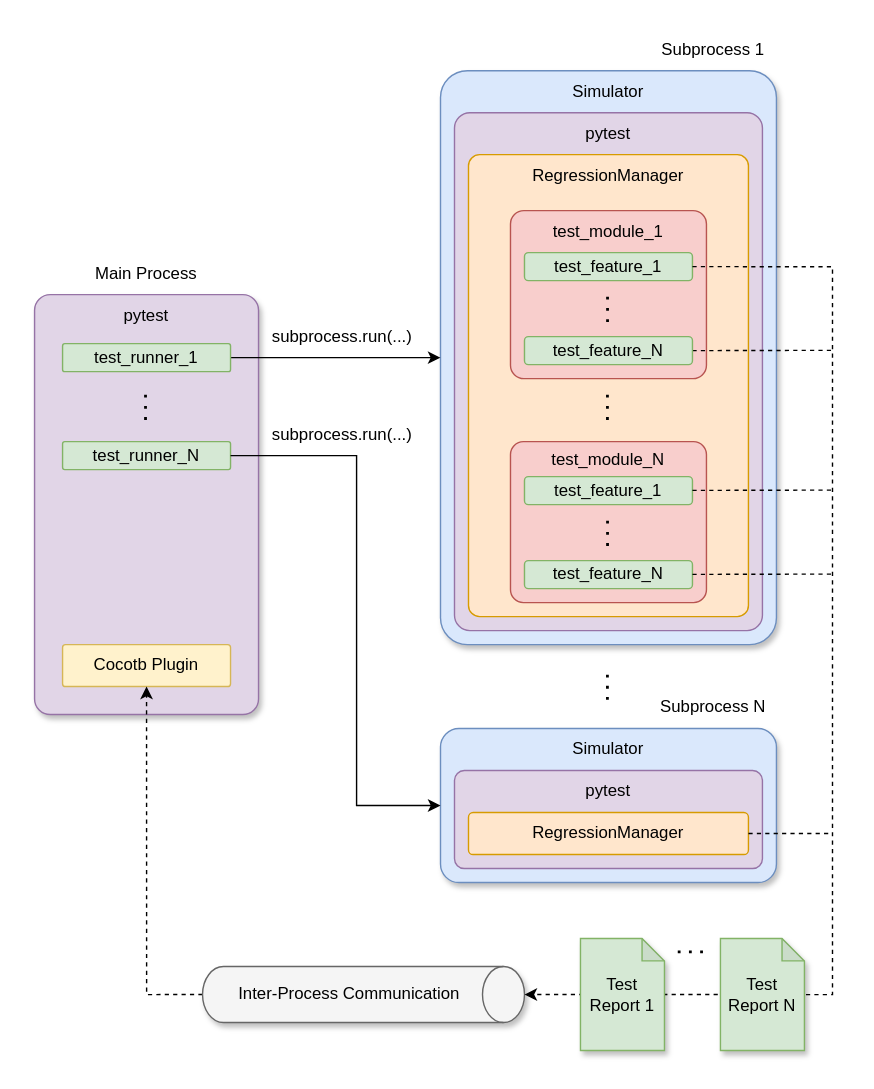
Earlier version of the draw.io export docs/source/diagrams/svg/pytest_plugin_overview.svg (cocotb/cocotb). Source tidied: cells renumbered, new cells last; positions are measured from the earlier drawing's top-left corner, leaving out a move shared by most shapes. The source it was exported from:
```xml
<mxGraphModel>
  <root>
    <mxCell id="0" />
    <mxCell id="1" parent="0" />
    <mxCell id="2" style="rounded=1;whiteSpace=wrap;html=1;arcSize=8;fillColor=#dae8fc;strokeColor=#6c8ebf;shadow=1;" parent="1" vertex="1">
      <mxGeometry x="290" y="30" width="240" height="410" as="geometry" />
    </mxCell>
    <mxCell id="3" style="rounded=1;whiteSpace=wrap;html=1;arcSize=5;fillColor=#e1d5e7;strokeColor=#9673a6;" parent="1" vertex="1">
      <mxGeometry x="300" y="60" width="220" height="370" as="geometry" />
    </mxCell>
    <mxCell id="4" style="rounded=1;whiteSpace=wrap;html=1;arcSize=4;fillColor=#ffe6cc;strokeColor=#d79b00;" parent="1" vertex="1">
      <mxGeometry x="310" y="90" width="200" height="330" as="geometry" />
    </mxCell>
    <mxCell id="5" value="RegressionManager" style="text;html=1;whiteSpace=wrap;strokeColor=none;fillColor=none;align=center;verticalAlign=middle;rounded=0;" parent="1" vertex="1">
      <mxGeometry x="310" y="90" width="200" height="30" as="geometry" />
    </mxCell>
    <mxCell id="6" style="rounded=1;whiteSpace=wrap;html=1;arcSize=8;fillColor=#f8cecc;strokeColor=#b85450;" parent="1" vertex="1">
      <mxGeometry x="340" y="130" width="140" height="120" as="geometry" />
    </mxCell>
    <mxCell id="7" value="test_module_1" style="text;html=1;whiteSpace=wrap;strokeColor=none;fillColor=none;align=center;verticalAlign=middle;rounded=0;" parent="1" vertex="1">
      <mxGeometry x="340" y="130" width="140" height="30" as="geometry" />
    </mxCell>
    <mxCell id="8" value="&lt;div&gt;test_feature_1&lt;/div&gt;" style="rounded=1;whiteSpace=wrap;html=1;arcSize=14;fillColor=#d5e8d4;strokeColor=#82b366;" parent="1" vertex="1">
      <mxGeometry x="350" y="160" width="120" height="20" as="geometry" />
    </mxCell>
    <mxCell id="9" style="rounded=1;whiteSpace=wrap;html=1;arcSize=7;fillColor=#e1d5e7;strokeColor=#9673a6;shadow=1;" parent="1" vertex="1">
      <mxGeometry y="190" width="160" height="300" as="geometry" />
    </mxCell>
    <mxCell id="10" value="pytest" style="text;html=1;whiteSpace=wrap;strokeColor=none;fillColor=none;align=center;verticalAlign=middle;rounded=0;" parent="1" vertex="1">
      <mxGeometry y="190" width="160" height="30" as="geometry" />
    </mxCell>
    <mxCell id="11" style="edgeStyle=orthogonalEdgeStyle;rounded=0;jettySize=auto;html=1;exitX=1;exitY=0.5;exitDx=0;exitDy=0;entryX=0;entryY=0.5;entryDx=0;entryDy=0;" parent="1" edge="1" source="12" target="2">
      <mxGeometry relative="1" as="geometry" />
    </mxCell>
    <mxCell id="12" value="test_runner_1" style="rounded=1;whiteSpace=wrap;html=1;arcSize=8;fillColor=#d5e8d4;strokeColor=#82b366;" parent="1" vertex="1">
      <mxGeometry x="20" y="225" width="120" height="20" as="geometry" />
    </mxCell>
    <mxCell id="13" value="test_runner_N" style="rounded=1;whiteSpace=wrap;html=1;arcSize=8;fillColor=#d5e8d4;strokeColor=#82b366;" parent="1" vertex="1">
      <mxGeometry x="20" y="295" width="120" height="20" as="geometry" />
    </mxCell>
    <mxCell id="14" value="pytest" style="text;html=1;whiteSpace=wrap;strokeColor=none;fillColor=none;align=center;verticalAlign=middle;rounded=0;" parent="1" vertex="1">
      <mxGeometry x="300" y="60" width="220" height="30" as="geometry" />
    </mxCell>
    <mxCell id="15" value="Simulator" style="text;html=1;whiteSpace=wrap;strokeColor=none;fillColor=none;align=center;verticalAlign=middle;rounded=0;" parent="1" vertex="1">
      <mxGeometry x="290" y="30" width="240" height="30" as="geometry" />
    </mxCell>
    <mxCell id="16" style="edgeStyle=none;rounded=0;jettySize=auto;html=1;exitX=1;exitY=0.5;exitDx=0;exitDy=0;endArrow=none;endFill=0;dashed=1;" parent="1" edge="1" source="17">
      <mxGeometry relative="1" as="geometry">
        <mxPoint x="570" y="229.8" as="targetPoint" />
      </mxGeometry>
    </mxCell>
    <mxCell id="17" value="&lt;div&gt;test_feature_N&lt;/div&gt;" style="rounded=1;whiteSpace=wrap;html=1;arcSize=14;fillColor=#d5e8d4;strokeColor=#82b366;" parent="1" vertex="1">
      <mxGeometry x="350" y="220" width="120" height="20" as="geometry" />
    </mxCell>
    <mxCell id="18" style="rounded=1;whiteSpace=wrap;html=1;arcSize=8;fillColor=#f8cecc;strokeColor=#b85450;" parent="1" vertex="1">
      <mxGeometry x="340" y="295" width="140" height="115" as="geometry" />
    </mxCell>
    <mxCell id="19" value="test_module_N" style="text;html=1;whiteSpace=wrap;strokeColor=none;fillColor=none;align=center;verticalAlign=middle;rounded=0;" parent="1" vertex="1">
      <mxGeometry x="340" y="295" width="140" height="25" as="geometry" />
    </mxCell>
    <mxCell id="20" style="endArrow=none;dashed=1;html=1;dashPattern=1 3;strokeWidth=2;rounded=0;spacing=2;spacingTop=0;spacingBottom=0;spacingRight=0;" parent="1" edge="1">
      <mxGeometry relative="1" as="geometry">
        <mxPoint x="409.8" y="210" as="sourcePoint" />
        <mxPoint x="409.8" y="190" as="targetPoint" />
      </mxGeometry>
    </mxCell>
    <mxCell id="21" style="endArrow=none;dashed=1;html=1;dashPattern=1 3;strokeWidth=2;rounded=0;spacing=2;spacingTop=0;spacingBottom=0;spacingRight=0;" parent="1" edge="1">
      <mxGeometry relative="1" as="geometry">
        <mxPoint x="409.8" y="280" as="sourcePoint" />
        <mxPoint x="409.8" y="260" as="targetPoint" />
      </mxGeometry>
    </mxCell>
    <mxCell id="22" value="&lt;div&gt;test_feature_1&lt;/div&gt;" style="rounded=1;whiteSpace=wrap;html=1;arcSize=14;fillColor=#d5e8d4;strokeColor=#82b366;" parent="1" vertex="1">
      <mxGeometry x="350" y="320" width="120" height="20" as="geometry" />
    </mxCell>
    <mxCell id="23" value="&lt;div&gt;test_feature_N&lt;/div&gt;" style="rounded=1;whiteSpace=wrap;html=1;arcSize=14;fillColor=#d5e8d4;strokeColor=#82b366;" parent="1" vertex="1">
      <mxGeometry x="350" y="380" width="120" height="20" as="geometry" />
    </mxCell>
    <mxCell id="24" style="endArrow=none;dashed=1;html=1;dashPattern=1 3;strokeWidth=2;rounded=0;spacing=2;spacingTop=0;spacingBottom=0;spacingRight=0;" parent="1" edge="1">
      <mxGeometry relative="1" as="geometry">
        <mxPoint x="409.8" y="370" as="sourcePoint" />
        <mxPoint x="409.8" y="350" as="targetPoint" />
      </mxGeometry>
    </mxCell>
    <mxCell id="25" style="rounded=1;whiteSpace=wrap;html=1;arcSize=12;fillColor=#dae8fc;strokeColor=#6c8ebf;shadow=1;" parent="1" vertex="1">
      <mxGeometry x="290" y="500" width="240" height="110" as="geometry" />
    </mxCell>
    <mxCell id="26" style="rounded=1;whiteSpace=wrap;html=1;arcSize=10;fillColor=#e1d5e7;strokeColor=#9673a6;" parent="1" vertex="1">
      <mxGeometry x="300" y="530" width="220" height="70" as="geometry" />
    </mxCell>
    <mxCell id="27" value="Simulator" style="text;html=1;whiteSpace=wrap;strokeColor=none;fillColor=none;align=center;verticalAlign=middle;rounded=0;" parent="1" vertex="1">
      <mxGeometry x="290" y="500" width="240" height="30" as="geometry" />
    </mxCell>
    <mxCell id="28" style="rounded=1;whiteSpace=wrap;html=1;arcSize=11;fillColor=#ffe6cc;strokeColor=#d79b00;" parent="1" vertex="1">
      <mxGeometry x="310" y="560" width="200" height="30" as="geometry" />
    </mxCell>
    <mxCell id="29" value="pytest" style="text;html=1;whiteSpace=wrap;strokeColor=none;fillColor=none;align=center;verticalAlign=middle;rounded=0;" parent="1" vertex="1">
      <mxGeometry x="300" y="530" width="220" height="30" as="geometry" />
    </mxCell>
    <mxCell id="30" value="RegressionManager" style="text;html=1;whiteSpace=wrap;strokeColor=none;fillColor=none;align=center;verticalAlign=middle;rounded=0;" parent="1" vertex="1">
      <mxGeometry x="310" y="560" width="200" height="30" as="geometry" />
    </mxCell>
    <mxCell id="31" style="endArrow=none;dashed=1;html=1;dashPattern=1 3;strokeWidth=2;rounded=0;spacing=2;spacingTop=0;spacingBottom=0;spacingRight=0;" parent="1" edge="1">
      <mxGeometry relative="1" as="geometry">
        <mxPoint x="409.8" y="480" as="sourcePoint" />
        <mxPoint x="409.8" y="460" as="targetPoint" />
      </mxGeometry>
    </mxCell>
    <mxCell id="32" style="edgeStyle=orthogonalEdgeStyle;rounded=0;jettySize=auto;html=1;exitX=1;exitY=0.5;exitDx=0;exitDy=0;entryX=0;entryY=0.5;entryDx=0;entryDy=0;" parent="1" edge="1" source="13" target="25">
      <mxGeometry relative="1" as="geometry">
        <Array as="points">
          <mxPoint x="230" y="305" />
          <mxPoint x="230" y="555" />
        </Array>
      </mxGeometry>
    </mxCell>
    <mxCell id="33" style="endArrow=none;dashed=1;html=1;dashPattern=1 3;strokeWidth=2;rounded=0;spacing=2;spacingTop=0;spacingBottom=0;spacingRight=0;" parent="1" edge="1">
      <mxGeometry relative="1" as="geometry">
        <mxPoint x="79.8" y="280" as="sourcePoint" />
        <mxPoint x="79.8" y="260" as="targetPoint" />
      </mxGeometry>
    </mxCell>
    <mxCell id="34" value="Subprocess 1" style="text;html=1;whiteSpace=wrap;strokeColor=none;fillColor=none;align=center;verticalAlign=middle;rounded=0;" parent="1" vertex="1">
      <mxGeometry x="440" width="90" height="30" as="geometry" />
    </mxCell>
    <mxCell id="35" value="Subprocess N" style="text;html=1;whiteSpace=wrap;strokeColor=none;fillColor=none;align=center;verticalAlign=middle;rounded=0;" parent="1" vertex="1">
      <mxGeometry x="440" y="470" width="90" height="30" as="geometry" />
    </mxCell>
    <mxCell id="36" value="Main Process" style="text;html=1;whiteSpace=wrap;strokeColor=none;fillColor=none;align=center;verticalAlign=middle;rounded=0;" parent="1" vertex="1">
      <mxGeometry x="35" y="160" width="90" height="30" as="geometry" />
    </mxCell>
    <mxCell id="37" style="rounded=1;whiteSpace=wrap;html=1;arcSize=7;fillColor=#fff2cc;strokeColor=#d6b656;" parent="1" vertex="1">
      <mxGeometry x="20" y="440" width="120" height="30" as="geometry" />
    </mxCell>
    <mxCell id="38" value="Cocotb Plugin" style="text;html=1;whiteSpace=wrap;strokeColor=none;fillColor=none;align=center;verticalAlign=middle;rounded=0;" parent="1" vertex="1">
      <mxGeometry x="30" y="440" width="100" height="30" as="geometry" />
    </mxCell>
    <mxCell id="39" style="edgeStyle=orthogonalEdgeStyle;rounded=0;jettySize=auto;html=1;exitX=0.5;exitY=1;exitDx=0;exitDy=0;exitPerimeter=0;dashed=1;entryX=0.5;entryY=1;entryDx=0;entryDy=0;" parent="1" edge="1" source="40" target="38">
      <mxGeometry relative="1" as="geometry" />
    </mxCell>
    <mxCell id="40" style="shape=cylinder3;whiteSpace=wrap;html=1;boundedLbl=1;backgroundOutline=1;size=15;rotation=90;fillColor=#f5f5f5;fontColor=#333333;strokeColor=#666666;shadow=1;" parent="1" vertex="1">
      <mxGeometry x="215" y="575" width="40" height="230" as="geometry" />
    </mxCell>
    <mxCell id="41" value="Inter-Process Communication" style="text;html=1;whiteSpace=wrap;strokeColor=none;fillColor=none;align=center;verticalAlign=middle;rounded=0;" parent="1" vertex="1">
      <mxGeometry x="130" y="675" width="190" height="30" as="geometry" />
    </mxCell>
    <mxCell id="42" style="edgeStyle=orthogonalEdgeStyle;rounded=0;jettySize=auto;html=1;exitX=1;exitY=0.5;exitDx=0;exitDy=0;dashed=1;" parent="1" edge="1" source="8" target="40">
      <mxGeometry relative="1" as="geometry">
        <Array as="points">
          <mxPoint x="570" y="170" />
          <mxPoint x="570" y="690" />
        </Array>
      </mxGeometry>
    </mxCell>
    <mxCell id="43" style="edgeStyle=none;rounded=0;orthogonalLoop=1;jettySize=auto;html=1;exitX=1;exitY=0.5;exitDx=0;exitDy=0;endArrow=none;endFill=0;dashed=1;" parent="1" edge="1">
      <mxGeometry relative="1" as="geometry">
        <mxPoint x="470" y="329.9" as="sourcePoint" />
        <mxPoint x="570" y="329.6" as="targetPoint" />
      </mxGeometry>
    </mxCell>
    <mxCell id="44" style="edgeStyle=none;rounded=0;orthogonalLoop=1;jettySize=auto;html=1;exitX=1;exitY=0.5;exitDx=0;exitDy=0;endArrow=none;endFill=0;dashed=1;" parent="1" edge="1">
      <mxGeometry relative="1" as="geometry">
        <mxPoint x="470" y="389.9" as="sourcePoint" />
        <mxPoint x="570" y="389.6" as="targetPoint" />
      </mxGeometry>
    </mxCell>
    <mxCell id="45" style="shape=note;whiteSpace=wrap;html=1;backgroundOutline=1;darkOpacity=0.05;size=16;fillColor=#d5e8d4;strokeColor=#82b366;shadow=1;" parent="1" vertex="1">
      <mxGeometry x="390" y="650" width="60" height="80" as="geometry" />
    </mxCell>
    <mxCell id="46" value="&lt;div&gt;Test&lt;/div&gt;&lt;div&gt;Report 1&lt;/div&gt;" style="text;html=1;whiteSpace=wrap;strokeColor=none;fillColor=none;align=center;verticalAlign=middle;rounded=0;" parent="1" vertex="1">
      <mxGeometry x="395" y="675" width="50" height="30" as="geometry" />
    </mxCell>
    <mxCell id="47" style="shape=note;whiteSpace=wrap;html=1;backgroundOutline=1;darkOpacity=0.05;size=16;fillColor=#d5e8d4;strokeColor=#82b366;shadow=1;" parent="1" vertex="1">
      <mxGeometry x="490" y="650" width="60" height="80" as="geometry" />
    </mxCell>
    <mxCell id="48" value="&lt;div&gt;Test&lt;/div&gt;&lt;div&gt;Report N&lt;/div&gt;" style="text;html=1;whiteSpace=wrap;strokeColor=none;fillColor=none;align=center;verticalAlign=middle;rounded=0;" parent="1" vertex="1">
      <mxGeometry x="490" y="675" width="60" height="30" as="geometry" />
    </mxCell>
    <mxCell id="49" style="edgeStyle=none;rounded=0;jettySize=auto;html=1;exitX=1;exitY=0.5;exitDx=0;exitDy=0;endArrow=none;endFill=0;dashed=1;" parent="1" edge="1" source="30">
      <mxGeometry relative="1" as="geometry">
        <mxPoint x="570" y="575" as="targetPoint" />
      </mxGeometry>
    </mxCell>
    <mxCell id="50" value="subprocess.run(...)" style="text;html=1;whiteSpace=wrap;strokeColor=none;fillColor=none;align=center;verticalAlign=middle;rounded=0;" parent="1" vertex="1">
      <mxGeometry x="165" y="210" width="110" height="20" as="geometry" />
    </mxCell>
    <mxCell id="51" value="subprocess.run(...)" style="text;html=1;whiteSpace=wrap;strokeColor=none;fillColor=none;align=center;verticalAlign=middle;rounded=0;" parent="1" vertex="1">
      <mxGeometry x="165" y="280" width="110" height="20" as="geometry" />
    </mxCell>
    <mxCell id="52" style="endArrow=none;dashed=1;html=1;dashPattern=1 3;strokeWidth=2;rounded=0;spacing=2;spacingTop=0;spacingBottom=0;spacingRight=0;" parent="1" edge="1">
      <mxGeometry relative="1" as="geometry">
        <mxPoint x="460" y="660" as="sourcePoint" />
        <mxPoint x="480" y="660" as="targetPoint" />
        <Array as="points">
          <mxPoint x="470" y="660" />
        </Array>
      </mxGeometry>
    </mxCell>
  </root>
</mxGraphModel>
```
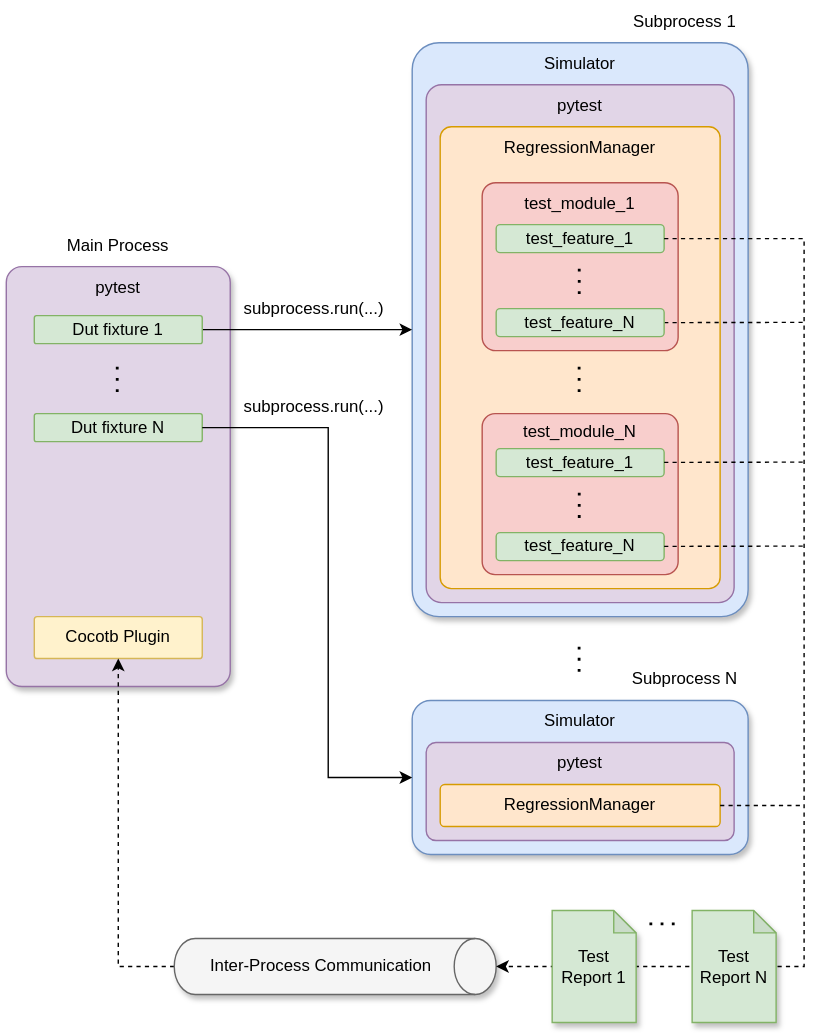
After the change.

The edit, as a diff of the source:
```diff
@@ -32,10 +32,10 @@
     <mxCell id="11" style="edgeStyle=orthogonalEdgeStyle;rounded=0;jettySize=auto;html=1;exitX=1;exitY=0.5;exitDx=0;exitDy=0;entryX=0;entryY=0.5;entryDx=0;entryDy=0;" parent="1" edge="1" source="12" target="2">
       <mxGeometry relative="1" as="geometry" />
     </mxCell>
-    <mxCell id="12" value="test_runner_1" style="rounded=1;whiteSpace=wrap;html=1;arcSize=8;fillColor=#d5e8d4;strokeColor=#82b366;" parent="1" vertex="1">
+    <mxCell id="12" value="Dut fixture 1" style="rounded=1;whiteSpace=wrap;html=1;arcSize=8;fillColor=#d5e8d4;strokeColor=#82b366;" parent="1" vertex="1">
       <mxGeometry x="20" y="225" width="120" height="20" as="geometry" />
     </mxCell>
-    <mxCell id="13" value="test_runner_N" style="rounded=1;whiteSpace=wrap;html=1;arcSize=8;fillColor=#d5e8d4;strokeColor=#82b366;" parent="1" vertex="1">
+    <mxCell id="13" value="Dut fixture N" style="rounded=1;whiteSpace=wrap;html=1;arcSize=8;fillColor=#d5e8d4;strokeColor=#82b366;" parent="1" vertex="1">
       <mxGeometry x="20" y="295" width="120" height="20" as="geometry" />
     </mxCell>
     <mxCell id="14" value="pytest" style="text;html=1;whiteSpace=wrap;strokeColor=none;fillColor=none;align=center;verticalAlign=middle;rounded=0;" parent="1" vertex="1">
```
